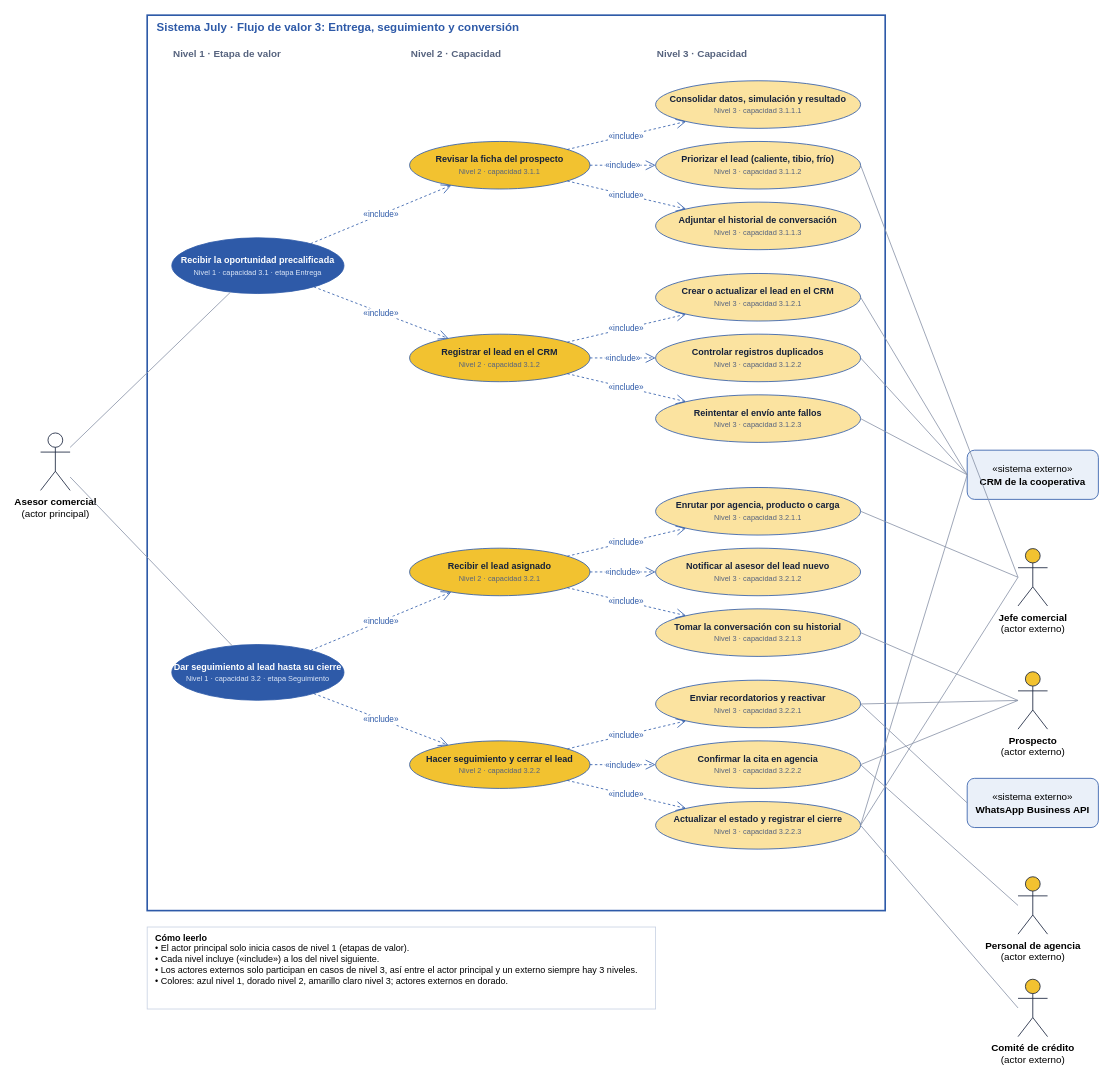
The draw.io diagram Documentacion/03-casos-de-uso/casos-de-uso-flujo-03-entrega-seguimiento-y-conversion.drawio in CoreSystems-IA/Arquitectura-Software, before the edit. Source tidied: cells renumbered, new cells numbered last; positions are measured from the earlier drawing's top-left corner, leaving out a move shared by most shapes. Both pictures are drawn from the tidied source at 82%, with x=0, y=0 at pixel (40, 15).
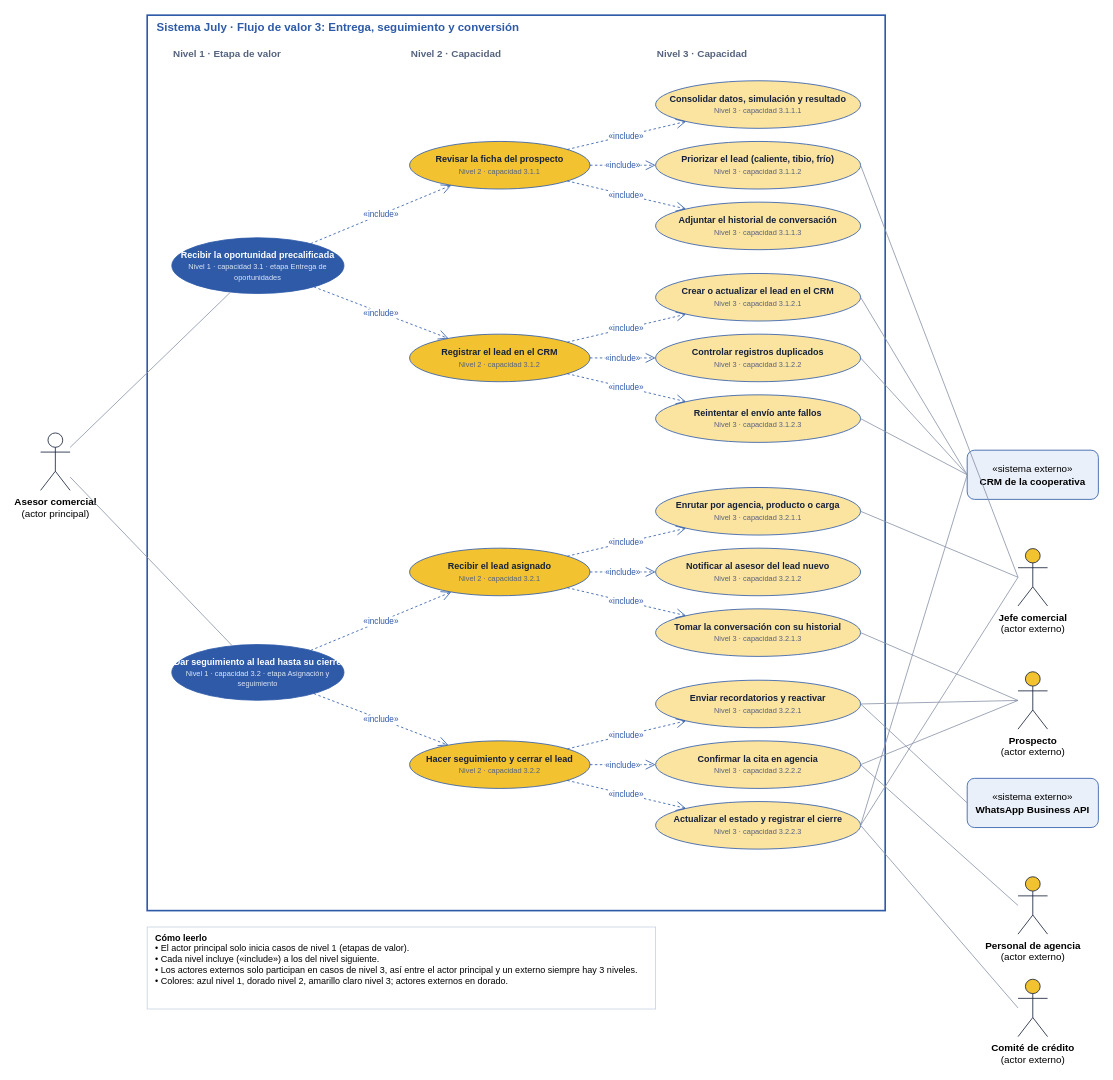
Above is the later version.

The edit, as a diff of the source:
```diff
@@
-    <mxCell id="6" value="&lt;font color=&quot;#FFFFFF&quot;&gt;&lt;b&gt;Recibir la oportunidad precalificada&lt;/b&gt;&lt;/font&gt;&lt;br&gt;&lt;font style=&quot;font-size:9px&quot; color=&quot;#DCE6F7&quot;&gt;Nivel 1 · capacidad 3.1 · etapa Entrega&lt;/font&gt;" style="ellipse;whiteSpace=wrap;html=1;fillColor=#2E5AA8;strokeColor=#2E5AA8;fontColor=#15213A;fontSize=11;" parent="1" vertex="1">
+    <mxCell id="6" value="&lt;font color=&quot;#FFFFFF&quot;&gt;&lt;b&gt;Recibir la oportunidad precalificada&lt;/b&gt;&lt;/font&gt;&lt;br&gt;&lt;font style=&quot;font-size:9px&quot; color=&quot;#DCE6F7&quot;&gt;Nivel 1 · capacidad 3.1 · etapa Entrega de oportunidades&lt;/font&gt;" style="ellipse;whiteSpace=wrap;html=1;fillColor=#2E5AA8;strokeColor=#2E5AA8;fontColor=#15213A;fontSize=11;" parent="1" vertex="1">
       <mxGeometry x="160" y="271.5" width="210" height="68" as="geometry" />
     </mxCell>
@@
-    <mxCell id="23" value="&lt;font color=&quot;#FFFFFF&quot;&gt;&lt;b&gt;Dar seguimiento al lead hasta su cierre&lt;/b&gt;&lt;/font&gt;&lt;br&gt;&lt;font style=&quot;font-size:9px&quot; color=&quot;#DCE6F7&quot;&gt;Nivel 1 · capacidad 3.2 · etapa Seguimiento&lt;/font&gt;" style="ellipse;whiteSpace=wrap;html=1;fillColor=#2E5AA8;strokeColor=#2E5AA8;fontColor=#15213A;fontSize=11;" parent="1" vertex="1">
+    <mxCell id="23" value="&lt;font color=&quot;#FFFFFF&quot;&gt;&lt;b&gt;Dar seguimiento al lead hasta su cierre&lt;/b&gt;&lt;/font&gt;&lt;br&gt;&lt;font style=&quot;font-size:9px&quot; color=&quot;#DCE6F7&quot;&gt;Nivel 1 · capacidad 3.2 · etapa Asignación y seguimiento&lt;/font&gt;" style="ellipse;whiteSpace=wrap;html=1;fillColor=#2E5AA8;strokeColor=#2E5AA8;fontColor=#15213A;fontSize=11;" parent="1" vertex="1">
       <mxGeometry x="160" y="767.5" width="210" height="68" as="geometry" />
     </mxCell>
```
